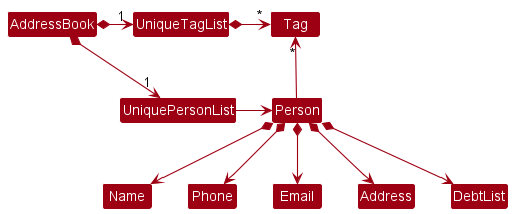
The PlantUML diagram docs/images/BetterModelClassDiagram.png in nus-cs2103-AY2223S1/tp, before a commit.
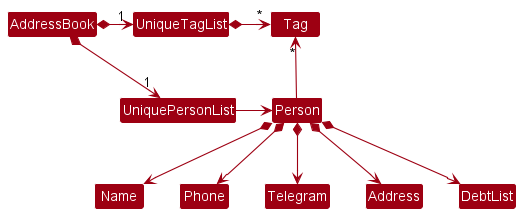
The same diagram one commit later.

Commit message:
Update model component and storage component diagrams

The edit, as a diff of the source:
```diff
@@ -16,7 +16,7 @@
 
 Person *--> Name
 Person *--> Phone
-Person *--> Email
+Person *--> Telegram
 Person *--> Address
 Person *--> DebtList
 @enduml
```
